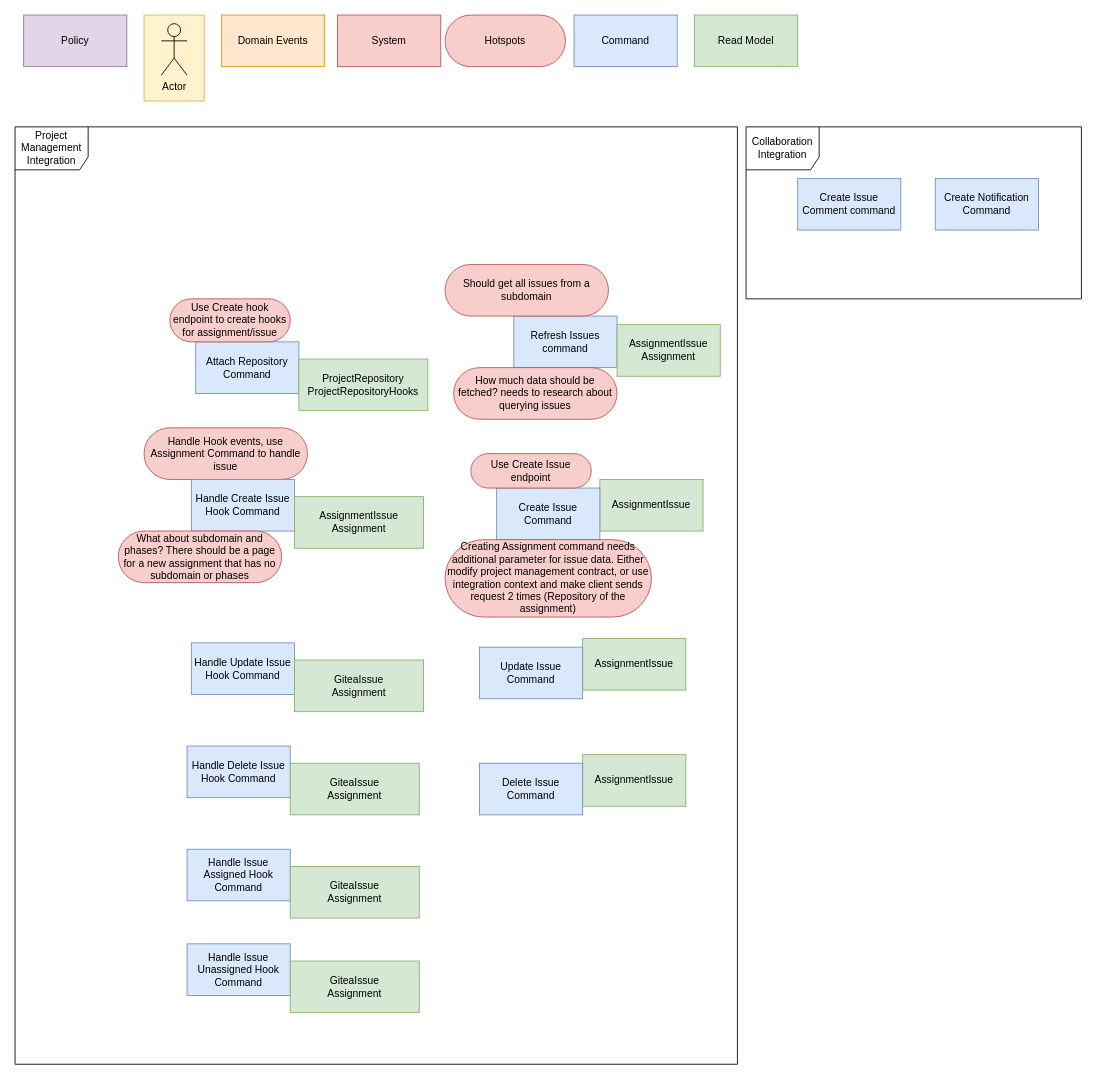
This is page "EventStorm Integrations" (2 of 6) of Diagrams/Event Storm.drawio from ryusu777/TodoApp, a draw.io file, before an edit. Source tidied: cells renumbered, new cells numbered last; positions are measured from the earlier drawing's top-left corner, leaving out a move shared by most shapes. Both pictures are drawn from the tidied source at 86%, with x=0, y=0 at pixel (15, 15).
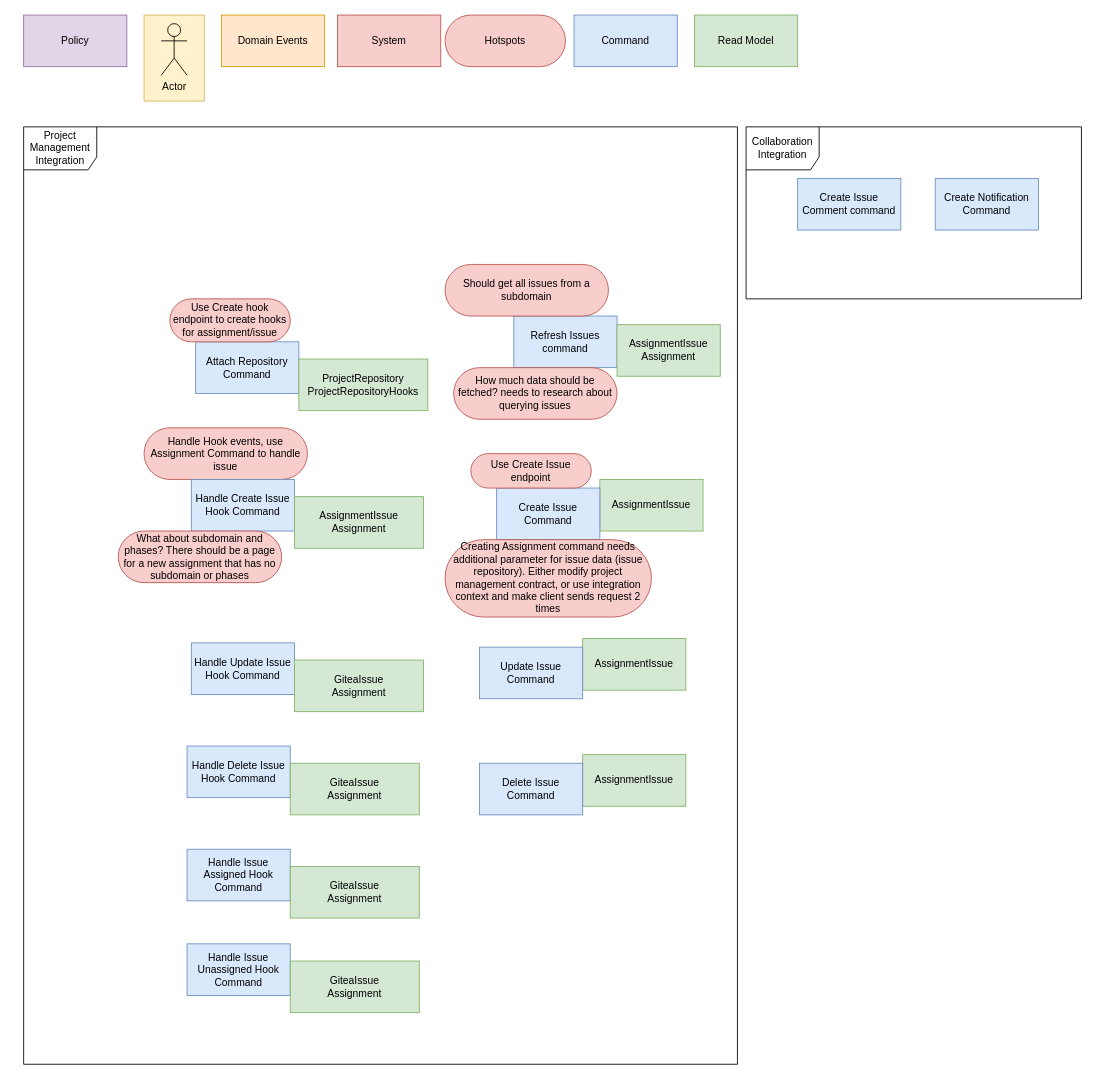
The same page after the edit.

The edit, as a diff of the source:
```diff
@@
     <mxCell id="3" value="Project Management&lt;br&gt;Integration" style="shape=umlFrame;whiteSpace=wrap;html=1;width=85;height=50;" parent="1" vertex="1">
-      <mxGeometry y="130" width="840" height="1090" as="geometry" />
+      <mxGeometry x="10" y="130" width="830" height="1090" as="geometry" />
     </mxCell>
@@
-    <mxCell id="18" value="Creating Assignment command needs additional parameter for issue data. Either modify project management contract, or use integration context and make client sends request 2 times (Repository of the assignment)" style="rounded=1;whiteSpace=wrap;html=1;strokeColor=#b85450;arcSize=50;fillColor=#f8cecc;" parent="1" vertex="1">
+    <mxCell id="18" value="Creating Assignment command needs additional parameter for issue data (issue repository). Either modify project management contract, or use integration context and make client sends request 2 times" style="rounded=1;whiteSpace=wrap;html=1;strokeColor=#b85450;arcSize=50;fillColor=#f8cecc;" parent="1" vertex="1">
       <mxGeometry x="500" y="610" width="240" height="90" as="geometry" />
     </mxCell>
```
